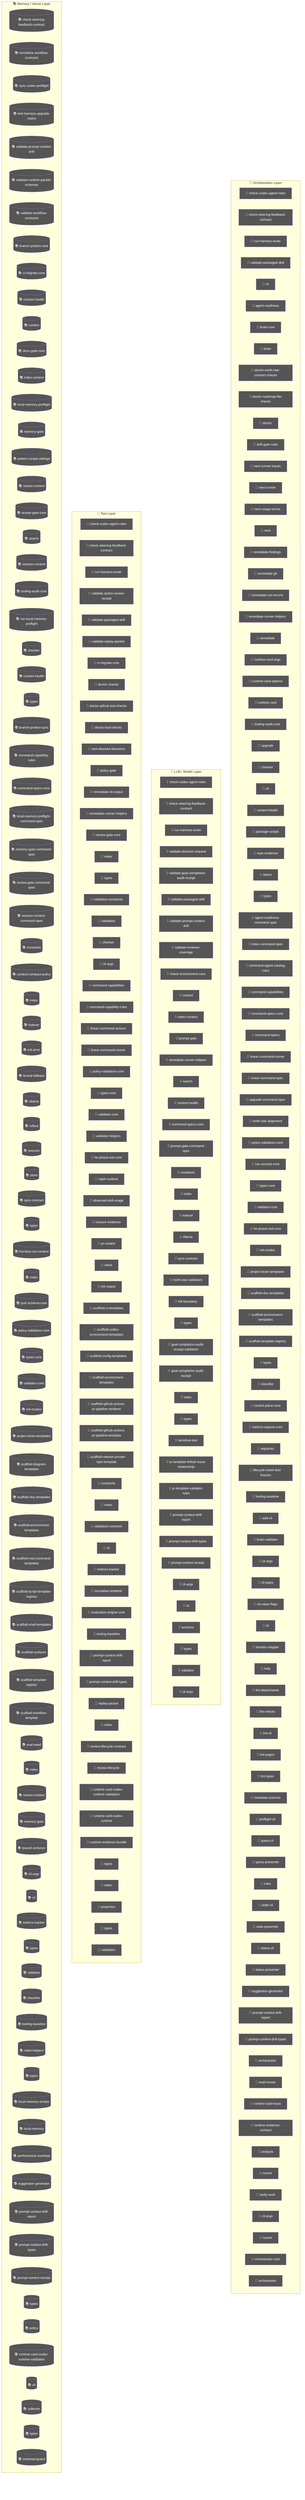
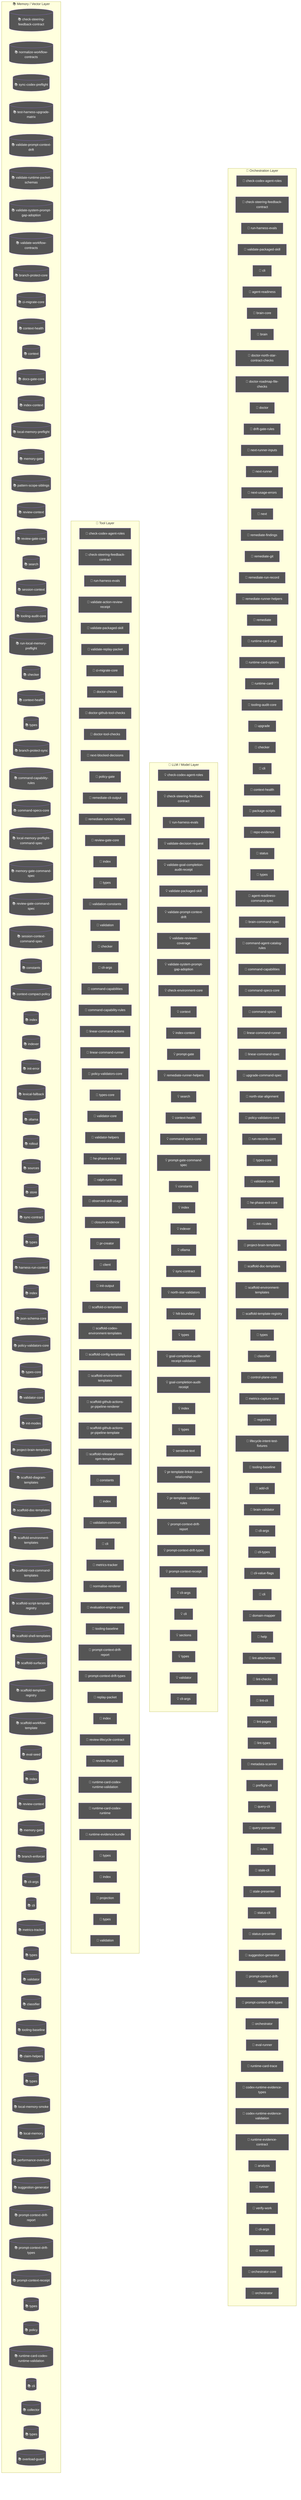
flowchart TD
  subgraph Orchestration["🎯 Orchestration Layer"]
    node_agent_mmd_orchestration_layer_orchestration_chec_7a9f0b64["🤖 check-codex-agent-roles"]
    node_agent_mmd_orchestration_layer_orchestration_chec_7fd47f5c["🤖 check-steering-feedback-contract"]
    node_agent_mmd_orchestration_layer_orchestration_run__18817957["🤖 run-harness-evals"]
    node_agent_mmd_orchestration_layer_orchestration_vali_c01b04be["🤖 validate-packaged-skill"]
    cli_99bb8840["🤖 cli"]
    agent_readiness_c82c68e6["🤖 agent-readiness"]
    brain_core_aa07c380["🤖 brain-core"]
    brain_bbbf7a64["🤖 brain"]
    doctor_north_star_contract_checks_0048124c["🤖 doctor-north-star-contract-checks"]
    doctor_roadmap_file_checks_14447b8e["🤖 doctor-roadmap-file-checks"]
    doctor_72f4be89["🤖 doctor"]
    drift_gate_rules_9685e72d["🤖 drift-gate-rules"]
    next_runner_inputs_754dba64["🤖 next-runner-inputs"]
    next_runner_41643472["🤖 next-runner"]
    next_usage_errors_837a345a["🤖 next-usage-errors"]
    next_c6c1c9a9["🤖 next"]
    remediate_findings_8b09c8c6["🤖 remediate-findings"]
    remediate_git_58c6f6f4["🤖 remediate-git"]
    remediate_run_record_9dfe5dc1["🤖 remediate-run-record"]
    node_agent_mmd_orchestration_layer_orchestration_reme_359fe98f["🤖 remediate-runner-helpers"]
    remediate_06b9c7fc["🤖 remediate"]
    runtime_card_args_2b3d4b28["🤖 runtime-card-args"]
    runtime_card_options_c9156ad5["🤖 runtime-card-options"]
    runtime_card_e06b53e1["🤖 runtime-card"]
    node_agent_mmd_orchestration_layer_orchestration_tool_acfe0c01["🤖 tooling-audit-core"]
    upgrade_7fef9479["🤖 upgrade"]
    node_agent_mmd_orchestration_layer_orchestration_chec_0550c395["🤖 checker"]
    cli_1_084e05fe["🤖 cli"]
    node_agent_mmd_orchestration_layer_orchestration_cont_61b3b9c9["🤖 context-health"]
    package_scripts_3ee6150f["🤖 package-scripts"]
    repo_evidence_38bb1de5["🤖 repo-evidence"]
    status_073c1634["🤖 status"]
    node_agent_mmd_orchestration_layer_orchestration_type_4f906dcc["🤖 types"]
    agent_readiness_command_spec_a30c2c1e["🤖 agent-readiness-command-spec"]
    brain_command_spec_15b122d5["🤖 brain-command-spec"]
    command_agent_catalog_rules_8e06b2af["🤖 command-agent-catalog-rules"]
    node_agent_mmd_orchestration_layer_orchestration_comm_6e41a7f7["🤖 command-capabilities"]
    node_agent_mmd_orchestration_layer_orchestration_comm_1f8cc24c["🤖 command-specs-core"]
    command_specs_69167c63["🤖 command-specs"]
    node_agent_mmd_orchestration_layer_orchestration_line_b67affd5["🤖 linear-command-runner"]
    linear_command_spec_1e12dd44["🤖 linear-command-spec"]
    upgrade_command_spec_03f6c7bd["🤖 upgrade-command-spec"]
    north_star_alignment_00440188["🤖 north-star-alignment"]
    node_agent_mmd_orchestration_layer_orchestration_poli_3270b55d["🤖 policy-validators-core"]
    run_records_core_89286dfa["🤖 run-records-core"]
    node_agent_mmd_orchestration_layer_orchestration_type_7cf81261["🤖 types-core"]
    node_agent_mmd_orchestration_layer_orchestration_vali_d9fe99e6["🤖 validator-core"]
    node_agent_mmd_orchestration_layer_orchestration_he_p_fc778c24["🤖 he-phase-exit-core"]
    node_agent_mmd_orchestration_layer_orchestration_init_2a9c3ecb["🤖 init-modes"]
    node_agent_mmd_orchestration_layer_orchestration_proj_6ab6f60f["🤖 project-brain-templates"]
    node_agent_mmd_orchestration_layer_orchestration_scaf_12cc07db["🤖 scaffold-doc-templates"]
    node_agent_mmd_orchestration_layer_orchestration_scaf_c9a90c2f["🤖 scaffold-environment-templates"]
    node_agent_mmd_orchestration_layer_orchestration_scaf_ff8f92f6["🤖 scaffold-template-registry"]
    types_16_0fae1112["🤖 types"]
    node_agent_mmd_orchestration_layer_orchestration_clas_899b821a["🤖 classifier"]
    control_plane_core_db3b4cb2["🤖 control-plane-core"]
    metrics_capture_core_db4bf7cf["🤖 metrics-capture-core"]
    registries_06402afa["🤖 registries"]
    lifecycle_intent_test_fixtures_a53c7ada["🤖 lifecycle-intent-test-fixtures"]
    node_agent_mmd_orchestration_layer_orchestration_tool_cc43149f["🤖 tooling-baseline"]
    add_cli_7614de25["🤖 add-cli"]
    brain_validator_be251832["🤖 brain-validator"]
    cli_args_8_d546936e["🤖 cli-args"]
    cli_types_1686e858["🤖 cli-types"]
    cli_value_flags_732a8e43["🤖 cli-value-flags"]
    cli_9_b54c1407["🤖 cli"]
    domain_mapper_cd9333d2["🤖 domain-mapper"]
    help_106a5842["🤖 help"]
    lint_attachments_873c0632["🤖 lint-attachments"]
    lint_checks_83522b19["🤖 lint-checks"]
    lint_cli_9ec62ec0["🤖 lint-cli"]
    lint_pages_e33301d0["🤖 lint-pages"]
    lint_types_2862c255["🤖 lint-types"]
    metadata_scanner_6a101b66["🤖 metadata-scanner"]
    preflight_cli_5d148379["🤖 preflight-cli"]
    query_cli_b95be64d["🤖 query-cli"]
    query_presenter_02e6077c["🤖 query-presenter"]
    rules_6c621d1a["🤖 rules"]
    stale_cli_64548720["🤖 stale-cli"]
    stale_presenter_1de4e3a2["🤖 stale-presenter"]
    status_cli_4c24a0d6["🤖 status-cli"]
    status_presenter_8de686c1["🤖 status-presenter"]
    node_agent_mmd_orchestration_layer_orchestration_sugg_85c5ebe3["🤖 suggestion-generator"]
    node_agent_mmd_orchestration_layer_orchestration_prom_d17b4de2["🤖 prompt-context-drift-report"]
    node_agent_mmd_orchestration_layer_orchestration_prom_77088997["🤖 prompt-context-drift-types"]
    orchestrator_11376b7e["🤖 orchestrator"]
    eval_runner_0966a6b3["🤖 eval-runner"]
    runtime_card_trace_64a5ca95["🤖 runtime-card-trace"]
+     codex_runtime_evidence_types_f55808dd["🤖 codex-runtime-evidence-types"]
+     codex_runtime_evidence_validation_d060a92d["🤖 codex-runtime-evidence-validation"]
    runtime_evidence_contract_0f7b15b2["🤖 runtime-evidence-contract"]
    analysis_f44e85c4["🤖 analysis"]
    runner_527aa9f4["🤖 runner"]
    verify_work_1_cd8e7ec3["🤖 verify-work"]
    cli_args_14_3481043e["🤖 cli-args"]
    runner_1_6f281bf8["🤖 runner"]
    orchestrator_core_d0678b53["🤖 orchestrator-core"]
    orchestrator_1_6b7137c5["🤖 orchestrator"]
  end
  subgraph LLMLayer["🧠 LLM / Model Layer"]
    node_agent_mmd_llm_model_layer_llmlayer_check_codex_a_29e7b7fa["💡 check-codex-agent-roles"]
    node_agent_mmd_llm_model_layer_llmlayer_check_steerin_0e1bf90d["💡 check-steering-feedback-contract"]
    node_agent_mmd_llm_model_layer_llmlayer_run_harness_e_603fcfdc["💡 run-harness-evals"]
    validate_decision_request_2e5c325e["💡 validate-decision-request"]
    validate_goal_completion_audit_receipt_100d252c["💡 validate-goal-completion-audit-receipt"]
    node_agent_mmd_llm_model_layer_llmlayer_validate_pack_2a12e1f4["💡 validate-packaged-skill"]
    node_agent_mmd_llm_model_layer_llmlayer_validate_prom_9880f764["💡 validate-prompt-context-drift"]
    validate_reviewer_coverage_251efee3["💡 validate-reviewer-coverage"]
+     node_agent_mmd_llm_model_layer_llmlayer_validate_syst_5636156e["💡 validate-system-prompt-gap-adoption"]
    check_environment_core_2c16213f["💡 check-environment-core"]
    node_agent_mmd_llm_model_layer_llmlayer_context_conte_ad2dfbd9["💡 context"]
    node_agent_mmd_llm_model_layer_llmlayer_index_context_1041bd11["💡 index-context"]
    prompt_gate_c5e9d207["💡 prompt-gate"]
    node_agent_mmd_llm_model_layer_llmlayer_remediate_run_9e3d4585["💡 remediate-runner-helpers"]
    node_agent_mmd_llm_model_layer_llmlayer_search_search_66b9a911["💡 search"]
    node_agent_mmd_llm_model_layer_llmlayer_context_healt_cfc0bfa8["💡 context-health"]
    node_agent_mmd_llm_model_layer_llmlayer_command_specs_782af9fa["💡 command-specs-core"]
    prompt_gate_command_spec_9a941482["💡 prompt-gate-command-spec"]
    node_agent_mmd_llm_model_layer_llmlayer_constants_con_c9bd3f6c["💡 constants"]
    node_agent_mmd_llm_model_layer_llmlayer_index_index_1_02e160ff["💡 index"]
    node_agent_mmd_llm_model_layer_llmlayer_indexer_index_4f4deef5["💡 indexer"]
    node_agent_mmd_llm_model_layer_llmlayer_ollama_ollama_968b23fa["💡 ollama"]
    node_agent_mmd_llm_model_layer_llmlayer_sync_contract_9f3cc8c1["💡 sync-contract"]
    north_star_validators_cfc926ce["💡 north-star-validators"]
    hilt_boundary_9b36fb15["💡 hilt-boundary"]
    types_10_75e5a4a0["💡 types"]
    goal_completion_audit_receipt_validation_9d0f4891["💡 goal-completion-audit-receipt-validation"]
    goal_completion_audit_receipt_5e4939c3["💡 goal-completion-audit-receipt"]
    index_5_522f772a["💡 index"]
    node_agent_mmd_llm_model_layer_llmlayer_constants_con_c9bd3f6c["💡 constants"]
    types_17_ed30531c["💡 types"]
    sensitive_text_7c11f760["💡 sensitive-text"]
    pr_template_linked_issue_relationship_a7b61f2c["💡 pr-template-linked-issue-relationship"]
    pr_template_validator_rules_20a32d6b["💡 pr-template-validator-rules"]
    node_agent_mmd_llm_model_layer_llmlayer_index_index_1_02e160ff["💡 index"]
    node_agent_mmd_llm_model_layer_llmlayer_prompt_contex_81f9066a["💡 prompt-context-drift-report"]
    node_agent_mmd_llm_model_layer_llmlayer_prompt_contex_e5066b88["💡 prompt-context-drift-types"]
    node_agent_mmd_llm_model_layer_llmlayer_index_index_1_02e160ff["💡 index"]
    node_agent_mmd_llm_model_layer_llmlayer_prompt_contex_6426acc2["💡 prompt-context-receipt"]
    cli_args_9_9c136878["💡 cli-args"]
    cli_10_35dc8cbd["💡 cli"]
    sections_4697ef32["💡 sections"]
    types_27_4d134744["💡 types"]
    validator_7_f836eb0e["💡 validator"]
    cli_args_10_861cdd3f["💡 cli-args"]
  end
  subgraph ToolLayer["🔧 Tool Layer"]
    node_agent_mmd_tool_layer_toollayer_check_codex_agent_4b361d5a["🔧 check-codex-agent-roles"]
    node_agent_mmd_tool_layer_toollayer_check_steering_fe_eafecf3a["🔧 check-steering-feedback-contract"]
    node_agent_mmd_tool_layer_toollayer_run_harness_evals_e2ee24f1["🔧 run-harness-evals"]
    validate_action_review_receipt_fa2f06c3["🔧 validate-action-review-receipt"]
    node_agent_mmd_tool_layer_toollayer_validate_packaged_2855c827["🔧 validate-packaged-skill"]
    validate_replay_packet_f309747e["🔧 validate-replay-packet"]
    node_agent_mmd_tool_layer_toollayer_ci_migrate_core_c_049f8460["🔧 ci-migrate-core"]
    doctor_checks_5a2eb2b9["🔧 doctor-checks"]
    doctor_github_tool_checks_a53b0382["🔧 doctor-github-tool-checks"]
    doctor_tool_checks_4acac51a["🔧 doctor-tool-checks"]
    next_blocked_decisions_4140ad2b["🔧 next-blocked-decisions"]
    policy_gate_213f7313["🔧 policy-gate"]
    remediate_cli_output_cc165396["🔧 remediate-cli-output"]
    node_agent_mmd_tool_layer_toollayer_remediate_runner__c003b871["🔧 remediate-runner-helpers"]
    node_agent_mmd_tool_layer_toollayer_review_gate_core__7704598b["🔧 review-gate-core"]
    index_1bc04b52["🔧 index"]
    types_1_4ecdf56e["🔧 types"]
    validation_constants_e002a0f6["🔧 validation-constants"]
    validation_98c41dcd["🔧 validation"]
    node_agent_mmd_tool_layer_toollayer_checker_checker_2_453d593b["🔧 checker"]
    cli_args_1_6144b055["🔧 cli-args"]
    node_agent_mmd_tool_layer_toollayer_command_capabilit_7fe13db1["🔧 command-capabilities"]
    node_agent_mmd_tool_layer_toollayer_command_capabilit_e97a4615["🔧 command-capability-rules"]
    linear_command_actions_e430f4f4["🔧 linear-command-actions"]
    node_agent_mmd_tool_layer_toollayer_linear_command_ru_d6763748["🔧 linear-command-runner"]
    node_agent_mmd_tool_layer_toollayer_policy_validators_af136abf["🔧 policy-validators-core"]
    node_agent_mmd_tool_layer_toollayer_types_core_types__6c8319b6["🔧 types-core"]
    node_agent_mmd_tool_layer_toollayer_validator_core_va_6ef6131f["🔧 validator-core"]
    validator_helpers_7b927667["🔧 validator-helpers"]
    node_agent_mmd_tool_layer_toollayer_he_phase_exit_cor_af016160["🔧 he-phase-exit-core"]
    ralph_runtime_73d63c0e["🔧 ralph-runtime"]
    observed_skill_usage_ed7d5930["🔧 observed-skill-usage"]
    closure_evidence_aaa31467["🔧 closure-evidence"]
    pr_creator_dc6b1ea4["🔧 pr-creator"]
    client_948fe603["🔧 client"]
    init_output_360dce91["🔧 init-output"]
    scaffold_ci_templates_2afd6392["🔧 scaffold-ci-templates"]
    scaffold_codex_environment_templates_334fbbed["🔧 scaffold-codex-environment-templates"]
    scaffold_config_templates_4b80ce53["🔧 scaffold-config-templates"]
    node_agent_mmd_tool_layer_toollayer_scaffold_environm_c1afc013["🔧 scaffold-environment-templates"]
    scaffold_github_actions_pr_pipeline_renderer_1ee18de5["🔧 scaffold-github-actions-pr-pipeline-renderer"]
    scaffold_github_actions_pr_pipeline_template_e2b85f62["🔧 scaffold-github-actions-pr-pipeline-template"]
    scaffold_release_private_npm_template_075499f8["🔧 scaffold-release-private-npm-template"]
    node_agent_mmd_tool_layer_toollayer_constants_constan_9d71b829["🔧 constants"]
    index_9_32dd4d91["🔧 index"]
    validation_common_6161e48b["🔧 validation-common"]
    node_agent_mmd_tool_layer_toollayer_cli_cli_2_1_32d9eeaf["🔧 cli"]
    node_agent_mmd_tool_layer_toollayer_metrics_tracker_m_4c9237d8["🔧 metrics-tracker"]
    normalise_renderer_85f2e563["🔧 normalise-renderer"]
    evaluation_engine_core_e054fe49["🔧 evaluation-engine-core"]
    node_agent_mmd_tool_layer_toollayer_tooling_baseline__61e66e9f["🔧 tooling-baseline"]
    node_agent_mmd_tool_layer_toollayer_prompt_context_dr_a2772f2b["🔧 prompt-context-drift-report"]
    node_agent_mmd_tool_layer_toollayer_prompt_context_dr_bd82da46["🔧 prompt-context-drift-types"]
    replay_packet_a1293f88["🔧 replay-packet"]
    index_14_d982116c["🔧 index"]
    review_lifecycle_contract_e5447221["🔧 review-lifecycle-contract"]
    review_lifecycle_89afa64c["🔧 review-lifecycle"]
    node_agent_mmd_tool_layer_toollayer_runtime_card_code_3636ceac["🔧 runtime-card-codex-runtime-validation"]
    runtime_card_codex_runtime_0655e230["🔧 runtime-card-codex-runtime"]
    runtime_evidence_bundle_d471a232["🔧 runtime-evidence-bundle"]
    types_36_674380ec["🔧 types"]
    index_17_642943a2["🔧 index"]
    projection_1b250ea1["🔧 projection"]
    types_38_e8efcd57["🔧 types"]
    validation_7_c4e6d8b6["🔧 validation"]
  end
  subgraph MemoryLayer["📚 Memory / Vector Layer"]
    node_agent_mmd_memory_vector_layer_memorylayer_check__64c86928[("📚 check-steering-feedback-contract")]
    normalize_workflow_contracts_8701f1c8[("📚 normalize-workflow-contracts")]
    sync_codex_preflight_7e7a8dc2[("📚 sync-codex-preflight")]
    test_harness_upgrade_matrix_84113c4e[("📚 test-harness-upgrade-matrix")]
    node_agent_mmd_memory_vector_layer_memorylayer_valida_c52c4db8[("📚 validate-prompt-context-drift")]
    validate_runtime_packet_schemas_bc3ba8ec[("📚 validate-runtime-packet-schemas")]
+     node_agent_mmd_memory_vector_layer_memorylayer_valida_db599a97[("📚 validate-system-prompt-gap-adoption")]
    validate_workflow_contracts_33dc063c[("📚 validate-workflow-contracts")]
    branch_protect_core_a8feb0fd[("📚 branch-protect-core")]
    node_agent_mmd_memory_vector_layer_memorylayer_ci_mig_0cd5b1a4[("📚 ci-migrate-core")]
    context_health_80bb7da9[("📚 context-health")]
    node_agent_mmd_memory_vector_layer_memorylayer_contex_78ceaaa9[("📚 context")]
    docs_gate_core_eb9b6c18[("📚 docs-gate-core")]
    node_agent_mmd_memory_vector_layer_memorylayer_index__6f3402d0[("📚 index-context")]
    local_memory_preflight_dcc36c42[("📚 local-memory-preflight")]
    memory_gate_a577a506[("📚 memory-gate")]
    pattern_scope_siblings_43abe000[("📚 pattern-scope-siblings")]
    review_context_ca6cf81d[("📚 review-context")]
    node_agent_mmd_memory_vector_layer_memorylayer_review_5bee9816[("📚 review-gate-core")]
    node_agent_mmd_memory_vector_layer_memorylayer_search_ac35cb7e[("📚 search")]
    session_context_e5ec72c0[("📚 session-context")]
    node_agent_mmd_memory_vector_layer_memorylayer_toolin_a1185b8f[("📚 tooling-audit-core")]
    run_local_memory_preflight_36e92808[("📚 run-local-memory-preflight")]
    node_agent_mmd_memory_vector_layer_memorylayer_checke_a583eb4f[("📚 checker")]
    node_agent_mmd_memory_vector_layer_memorylayer_contex_3204aa0e[("📚 context-health")]
    node_agent_mmd_memory_vector_layer_memorylayer_types__9ad640a0[("📚 types")]
    branch_protect_sync_570adb18[("📚 branch-protect-sync")]
    node_agent_mmd_memory_vector_layer_memorylayer_comman_c72a5d05[("📚 command-capability-rules")]
    node_agent_mmd_memory_vector_layer_memorylayer_comman_111eb454[("📚 command-specs-core")]
    local_memory_preflight_command_spec_9e23f3ce[("📚 local-memory-preflight-command-spec")]
    memory_gate_command_spec_dc9001a9[("📚 memory-gate-command-spec")]
    review_gate_command_spec_3187376a[("📚 review-gate-command-spec")]
    session_context_command_spec_973afbb1[("📚 session-context-command-spec")]
    node_agent_mmd_memory_vector_layer_memorylayer_consta_702d3f46[("📚 constants")]
    context_compact_policy_3dcaf95d[("📚 context-compact-policy")]
    node_agent_mmd_memory_vector_layer_memorylayer_index__752bc61e[("📚 index")]
    node_agent_mmd_memory_vector_layer_memorylayer_indexe_93e6d86f[("📚 indexer")]
    init_error_5c7dd49f[("📚 init-error")]
    lexical_fallback_723e2b3e[("📚 lexical-fallback")]
    node_agent_mmd_memory_vector_layer_memorylayer_ollama_6d51be16[("📚 ollama")]
    rollout_a4fa034c[("📚 rollout")]
    sources_878a52fc[("📚 sources")]
    store_824d80d7[("📚 store")]
    node_agent_mmd_memory_vector_layer_memorylayer_sync_c_e43418bc[("📚 sync-contract")]
    types_8_f6283648[("📚 types")]
    harness_run_context_ac7c77a9[("📚 harness-run-context")]
    index_4_013aa0e3[("📚 index")]
    json_schema_core_96d7e328[("📚 json-schema-core")]
    node_agent_mmd_memory_vector_layer_memorylayer_policy_1944de42[("📚 policy-validators-core")]
    node_agent_mmd_memory_vector_layer_memorylayer_types__83f369fa[("📚 types-core")]
    node_agent_mmd_memory_vector_layer_memorylayer_valida_41034356[("📚 validator-core")]
    node_agent_mmd_memory_vector_layer_memorylayer_init_m_333d02c5[("📚 init-modes")]
    node_agent_mmd_memory_vector_layer_memorylayer_projec_3ae304d9[("📚 project-brain-templates")]
    scaffold_diagram_templates_dd88e83c[("📚 scaffold-diagram-templates")]
    node_agent_mmd_memory_vector_layer_memorylayer_scaffo_5fd73b94[("📚 scaffold-doc-templates")]
    node_agent_mmd_memory_vector_layer_memorylayer_scaffo_12b42341[("📚 scaffold-environment-templates")]
    scaffold_root_command_templates_404fed7f[("📚 scaffold-root-command-templates")]
    scaffold_script_template_registry_69312d4e[("📚 scaffold-script-template-registry")]
    scaffold_shell_templates_0ad0f915[("📚 scaffold-shell-templates")]
    scaffold_surfaces_12d6494e[("📚 scaffold-surfaces")]
    node_agent_mmd_memory_vector_layer_memorylayer_scaffo_a86eece1[("📚 scaffold-template-registry")]
    scaffold_workflow_template_92310587[("📚 scaffold-workflow-template")]
    eval_seed_5699fd3e[("📚 eval-seed")]
    index_10_f6785a46[("📚 index")]
    review_context_1_e3afed15[("📚 review-context")]
    memory_gate_1_265164ac[("📚 memory-gate")]
    branch_enforcer_acb749cd[("📚 branch-enforcer")]
    cli_args_5_09ea29f0[("📚 cli-args")]
    node_agent_mmd_memory_vector_layer_memorylayer_cli_cl_1f1f89ab[("📚 cli")]
    node_agent_mmd_memory_vector_layer_memorylayer_metric_12562178[("📚 metrics-tracker")]
    types_19_eb4ad5f0[("📚 types")]
    validator_5_b19ac2be[("📚 validator")]
    node_agent_mmd_memory_vector_layer_memorylayer_classi_1ebbf5ff[("📚 classifier")]
    node_agent_mmd_memory_vector_layer_memorylayer_toolin_14f86b00[("📚 tooling-baseline")]
    claim_helpers_20dc8387[("📚 claim-helpers")]
    types_24_c63dc1a7[("📚 types")]
    local_memory_smoke_1175abfc[("📚 local-memory-smoke")]
    local_memory_0db17ecc[("📚 local-memory")]
    performance_overload_c685bfcf[("📚 performance-overload")]
    node_agent_mmd_memory_vector_layer_memorylayer_sugges_267f408d[("📚 suggestion-generator")]
    node_agent_mmd_memory_vector_layer_memorylayer_index__752bc61e[("📚 index")]
    node_agent_mmd_memory_vector_layer_memorylayer_prompt_ae34fc43[("📚 prompt-context-drift-report")]
    node_agent_mmd_memory_vector_layer_memorylayer_prompt_efd77624[("📚 prompt-context-drift-types")]
    node_agent_mmd_memory_vector_layer_memorylayer_index__752bc61e[("📚 index")]
    node_agent_mmd_memory_vector_layer_memorylayer_prompt_55c0d605[("📚 prompt-context-receipt")]
    types_31_eb363e20[("📚 types")]
    policy_1_fc4198db[("📚 policy")]
    node_agent_mmd_memory_vector_layer_memorylayer_runtim_a5d23e7f[("📚 runtime-card-codex-runtime-validation")]
    cli_11_338a8415[("📚 cli")]
    collector_0736fd5b[("📚 collector")]
    types_34_85e6a0bb[("📚 types")]
    overload_guard_2748c559[("📚 overload-guard")]
  end
  classDef agentNode fill:#555,color:#fff
-   class node_agent_mmd_orchestration_layer_orchestration_chec_7a9f0b64,node_agent_mmd_llm_model_layer_llmlayer_check_codex_a_29e7b7fa,node_agent_mmd_tool_layer_toollayer_check_codex_agent_4b361d5a,node_agent_mmd_orchestration_layer_orchestration_chec_7fd47f5c,node_agent_mmd_llm_model_layer_llmlayer_check_steerin_0e1bf90d,node_agent_mmd_tool_layer_toollayer_check_steering_fe_eafecf3a,node_agent_mmd_memory_vector_layer_memorylayer_check__64c86928,node_agent_mmd_orchestration_layer_orchestration_run__18817957,node_agent_mmd_llm_model_layer_llmlayer_run_harness_e_603fcfdc,node_agent_mmd_tool_layer_toollayer_run_harness_evals_e2ee24f1,node_agent_mmd_orchestration_layer_orchestration_vali_c01b04be,node_agent_mmd_llm_model_layer_llmlayer_validate_pack_2a12e1f4,node_agent_mmd_tool_layer_toollayer_validate_packaged_2855c827,cli_99bb8840,agent_readiness_c82c68e6,brain_core_aa07c380,brain_bbbf7a64,doctor_north_star_contract_checks_0048124c,doctor_roadmap_file_checks_14447b8e,doctor_72f4be89,drift_gate_rules_9685e72d,next_runner_inputs_754dba64,next_runner_41643472,next_usage_errors_837a345a,next_c6c1c9a9,remediate_findings_8b09c8c6,remediate_git_58c6f6f4,remediate_run_record_9dfe5dc1,node_agent_mmd_orchestration_layer_orchestration_reme_359fe98f,node_agent_mmd_llm_model_layer_llmlayer_remediate_run_9e3d4585,node_agent_mmd_tool_layer_toollayer_remediate_runner__c003b871,remediate_06b9c7fc,runtime_card_args_2b3d4b28,runtime_card_options_c9156ad5,runtime_card_e06b53e1,node_agent_mmd_orchestration_layer_orchestration_tool_acfe0c01,node_agent_mmd_memory_vector_layer_memorylayer_toolin_a1185b8f,upgrade_7fef9479,node_agent_mmd_orchestration_layer_orchestration_chec_0550c395,node_agent_mmd_tool_layer_toollayer_checker_checker_2_453d593b,node_agent_mmd_memory_vector_layer_memorylayer_checke_a583eb4f,cli_1_084e05fe,node_agent_mmd_orchestration_layer_orchestration_cont_61b3b9c9,node_agent_mmd_llm_model_layer_llmlayer_context_healt_cfc0bfa8,node_agent_mmd_memory_vector_layer_memorylayer_contex_3204aa0e,package_scripts_3ee6150f,repo_evidence_38bb1de5,status_073c1634,node_agent_mmd_orchestration_layer_orchestration_type_4f906dcc,node_agent_mmd_memory_vector_layer_memorylayer_types__9ad640a0,agent_readiness_command_spec_a30c2c1e,brain_command_spec_15b122d5,command_agent_catalog_rules_8e06b2af,node_agent_mmd_orchestration_layer_orchestration_comm_6e41a7f7,node_agent_mmd_tool_layer_toollayer_command_capabilit_7fe13db1,node_agent_mmd_orchestration_layer_orchestration_comm_1f8cc24c,node_agent_mmd_llm_model_layer_llmlayer_command_specs_782af9fa,node_agent_mmd_memory_vector_layer_memorylayer_comman_111eb454,command_specs_69167c63,node_agent_mmd_orchestration_layer_orchestration_line_b67affd5,node_agent_mmd_tool_layer_toollayer_linear_command_ru_d6763748,linear_command_spec_1e12dd44,upgrade_command_spec_03f6c7bd,north_star_alignment_00440188,node_agent_mmd_orchestration_layer_orchestration_poli_3270b55d,node_agent_mmd_tool_layer_toollayer_policy_validators_af136abf,node_agent_mmd_memory_vector_layer_memorylayer_policy_1944de42,run_records_core_89286dfa,node_agent_mmd_orchestration_layer_orchestration_type_7cf81261,node_agent_mmd_tool_layer_toollayer_types_core_types__6c8319b6,node_agent_mmd_memory_vector_layer_memorylayer_types__83f369fa,node_agent_mmd_orchestration_layer_orchestration_vali_d9fe99e6,node_agent_mmd_tool_layer_toollayer_validator_core_va_6ef6131f,node_agent_mmd_memory_vector_layer_memorylayer_valida_41034356,node_agent_mmd_orchestration_layer_orchestration_he_p_fc778c24,node_agent_mmd_tool_layer_toollayer_he_phase_exit_cor_af016160,node_agent_mmd_orchestration_layer_orchestration_init_2a9c3ecb,node_agent_mmd_memory_vector_layer_memorylayer_init_m_333d02c5,node_agent_mmd_orchestration_layer_orchestration_proj_6ab6f60f,node_agent_mmd_memory_vector_layer_memorylayer_projec_3ae304d9,node_agent_mmd_orchestration_layer_orchestration_scaf_12cc07db,node_agent_mmd_memory_vector_layer_memorylayer_scaffo_5fd73b94,node_agent_mmd_orchestration_layer_orchestration_scaf_c9a90c2f,node_agent_mmd_tool_layer_toollayer_scaffold_environm_c1afc013,node_agent_mmd_memory_vector_layer_memorylayer_scaffo_12b42341,node_agent_mmd_orchestration_layer_orchestration_scaf_ff8f92f6,node_agent_mmd_memory_vector_layer_memorylayer_scaffo_a86eece1,types_16_0fae1112,node_agent_mmd_orchestration_layer_orchestration_clas_899b821a,node_agent_mmd_memory_vector_layer_memorylayer_classi_1ebbf5ff,control_plane_core_db3b4cb2,metrics_capture_core_db4bf7cf,registries_06402afa,lifecycle_intent_test_fixtures_a53c7ada,node_agent_mmd_orchestration_layer_orchestration_tool_cc43149f,node_agent_mmd_tool_layer_toollayer_tooling_baseline__61e66e9f,node_agent_mmd_memory_vector_layer_memorylayer_toolin_14f86b00,add_cli_7614de25,brain_validator_be251832,cli_args_8_d546936e,cli_types_1686e858,cli_value_flags_732a8e43,cli_9_b54c1407,domain_mapper_cd9333d2,help_106a5842,lint_attachments_873c0632,lint_checks_83522b19,lint_cli_9ec62ec0,lint_pages_e33301d0,lint_types_2862c255,metadata_scanner_6a101b66,preflight_cli_5d148379,query_cli_b95be64d,query_presenter_02e6077c,rules_6c621d1a,stale_cli_64548720,stale_presenter_1de4e3a2,status_cli_4c24a0d6,status_presenter_8de686c1,node_agent_mmd_orchestration_layer_orchestration_sugg_85c5ebe3,node_agent_mmd_memory_vector_layer_memorylayer_sugges_267f408d,node_agent_mmd_orchestration_layer_orchestration_prom_d17b4de2,node_agent_mmd_llm_model_layer_llmlayer_prompt_contex_81f9066a,node_agent_mmd_tool_layer_toollayer_prompt_context_dr_a2772f2b,node_agent_mmd_memory_vector_layer_memorylayer_prompt_ae34fc43,node_agent_mmd_orchestration_layer_orchestration_prom_77088997,node_agent_mmd_llm_model_layer_llmlayer_prompt_contex_e5066b88,node_agent_mmd_tool_layer_toollayer_prompt_context_dr_bd82da46,node_agent_mmd_memory_vector_layer_memorylayer_prompt_efd77624,orchestrator_11376b7e,eval_runner_0966a6b3,runtime_card_trace_64a5ca95,runtime_evidence_contract_0f7b15b2,analysis_f44e85c4,runner_527aa9f4,verify_work_1_cd8e7ec3,cli_args_14_3481043e,runner_1_6f281bf8,orchestrator_core_d0678b53,orchestrator_1_6b7137c5 agentNode
+   class node_agent_mmd_orchestration_layer_orchestration_chec_7a9f0b64,node_agent_mmd_llm_model_layer_llmlayer_check_codex_a_29e7b7fa,node_agent_mmd_tool_layer_toollayer_check_codex_agent_4b361d5a,node_agent_mmd_orchestration_layer_orchestration_chec_7fd47f5c,node_agent_mmd_llm_model_layer_llmlayer_check_steerin_0e1bf90d,node_agent_mmd_tool_layer_toollayer_check_steering_fe_eafecf3a,node_agent_mmd_memory_vector_layer_memorylayer_check__64c86928,node_agent_mmd_orchestration_layer_orchestration_run__18817957,node_agent_mmd_llm_model_layer_llmlayer_run_harness_e_603fcfdc,node_agent_mmd_tool_layer_toollayer_run_harness_evals_e2ee24f1,node_agent_mmd_orchestration_layer_orchestration_vali_c01b04be,node_agent_mmd_llm_model_layer_llmlayer_validate_pack_2a12e1f4,node_agent_mmd_tool_layer_toollayer_validate_packaged_2855c827,cli_99bb8840,agent_readiness_c82c68e6,brain_core_aa07c380,brain_bbbf7a64,doctor_north_star_contract_checks_0048124c,doctor_roadmap_file_checks_14447b8e,doctor_72f4be89,drift_gate_rules_9685e72d,next_runner_inputs_754dba64,next_runner_41643472,next_usage_errors_837a345a,next_c6c1c9a9,remediate_findings_8b09c8c6,remediate_git_58c6f6f4,remediate_run_record_9dfe5dc1,node_agent_mmd_orchestration_layer_orchestration_reme_359fe98f,node_agent_mmd_llm_model_layer_llmlayer_remediate_run_9e3d4585,node_agent_mmd_tool_layer_toollayer_remediate_runner__c003b871,remediate_06b9c7fc,runtime_card_args_2b3d4b28,runtime_card_options_c9156ad5,runtime_card_e06b53e1,node_agent_mmd_orchestration_layer_orchestration_tool_acfe0c01,node_agent_mmd_memory_vector_layer_memorylayer_toolin_a1185b8f,upgrade_7fef9479,node_agent_mmd_orchestration_layer_orchestration_chec_0550c395,node_agent_mmd_tool_layer_toollayer_checker_checker_2_453d593b,node_agent_mmd_memory_vector_layer_memorylayer_checke_a583eb4f,cli_1_084e05fe,node_agent_mmd_orchestration_layer_orchestration_cont_61b3b9c9,node_agent_mmd_llm_model_layer_llmlayer_context_healt_cfc0bfa8,node_agent_mmd_memory_vector_layer_memorylayer_contex_3204aa0e,package_scripts_3ee6150f,repo_evidence_38bb1de5,status_073c1634,node_agent_mmd_orchestration_layer_orchestration_type_4f906dcc,node_agent_mmd_memory_vector_layer_memorylayer_types__9ad640a0,agent_readiness_command_spec_a30c2c1e,brain_command_spec_15b122d5,command_agent_catalog_rules_8e06b2af,node_agent_mmd_orchestration_layer_orchestration_comm_6e41a7f7,node_agent_mmd_tool_layer_toollayer_command_capabilit_7fe13db1,node_agent_mmd_orchestration_layer_orchestration_comm_1f8cc24c,node_agent_mmd_llm_model_layer_llmlayer_command_specs_782af9fa,node_agent_mmd_memory_vector_layer_memorylayer_comman_111eb454,command_specs_69167c63,node_agent_mmd_orchestration_layer_orchestration_line_b67affd5,node_agent_mmd_tool_layer_toollayer_linear_command_ru_d6763748,linear_command_spec_1e12dd44,upgrade_command_spec_03f6c7bd,north_star_alignment_00440188,node_agent_mmd_orchestration_layer_orchestration_poli_3270b55d,node_agent_mmd_tool_layer_toollayer_policy_validators_af136abf,node_agent_mmd_memory_vector_layer_memorylayer_policy_1944de42,run_records_core_89286dfa,node_agent_mmd_orchestration_layer_orchestration_type_7cf81261,node_agent_mmd_tool_layer_toollayer_types_core_types__6c8319b6,node_agent_mmd_memory_vector_layer_memorylayer_types__83f369fa,node_agent_mmd_orchestration_layer_orchestration_vali_d9fe99e6,node_agent_mmd_tool_layer_toollayer_validator_core_va_6ef6131f,node_agent_mmd_memory_vector_layer_memorylayer_valida_41034356,node_agent_mmd_orchestration_layer_orchestration_he_p_fc778c24,node_agent_mmd_tool_layer_toollayer_he_phase_exit_cor_af016160,node_agent_mmd_orchestration_layer_orchestration_init_2a9c3ecb,node_agent_mmd_memory_vector_layer_memorylayer_init_m_333d02c5,node_agent_mmd_orchestration_layer_orchestration_proj_6ab6f60f,node_agent_mmd_memory_vector_layer_memorylayer_projec_3ae304d9,node_agent_mmd_orchestration_layer_orchestration_scaf_12cc07db,node_agent_mmd_memory_vector_layer_memorylayer_scaffo_5fd73b94,node_agent_mmd_orchestration_layer_orchestration_scaf_c9a90c2f,node_agent_mmd_tool_layer_toollayer_scaffold_environm_c1afc013,node_agent_mmd_memory_vector_layer_memorylayer_scaffo_12b42341,node_agent_mmd_orchestration_layer_orchestration_scaf_ff8f92f6,node_agent_mmd_memory_vector_layer_memorylayer_scaffo_a86eece1,types_16_0fae1112,node_agent_mmd_orchestration_layer_orchestration_clas_899b821a,node_agent_mmd_memory_vector_layer_memorylayer_classi_1ebbf5ff,control_plane_core_db3b4cb2,metrics_capture_core_db4bf7cf,registries_06402afa,lifecycle_intent_test_fixtures_a53c7ada,node_agent_mmd_orchestration_layer_orchestration_tool_cc43149f,node_agent_mmd_tool_layer_toollayer_tooling_baseline__61e66e9f,node_agent_mmd_memory_vector_layer_memorylayer_toolin_14f86b00,add_cli_7614de25,brain_validator_be251832,cli_args_8_d546936e,cli_types_1686e858,cli_value_flags_732a8e43,cli_9_b54c1407,domain_mapper_cd9333d2,help_106a5842,lint_attachments_873c0632,lint_checks_83522b19,lint_cli_9ec62ec0,lint_pages_e33301d0,lint_types_2862c255,metadata_scanner_6a101b66,preflight_cli_5d148379,query_cli_b95be64d,query_presenter_02e6077c,rules_6c621d1a,stale_cli_64548720,stale_presenter_1de4e3a2,status_cli_4c24a0d6,status_presenter_8de686c1,node_agent_mmd_orchestration_layer_orchestration_sugg_85c5ebe3,node_agent_mmd_memory_vector_layer_memorylayer_sugges_267f408d,node_agent_mmd_orchestration_layer_orchestration_prom_d17b4de2,node_agent_mmd_llm_model_layer_llmlayer_prompt_contex_81f9066a,node_agent_mmd_tool_layer_toollayer_prompt_context_dr_a2772f2b,node_agent_mmd_memory_vector_layer_memorylayer_prompt_ae34fc43,node_agent_mmd_orchestration_layer_orchestration_prom_77088997,node_agent_mmd_llm_model_layer_llmlayer_prompt_contex_e5066b88,node_agent_mmd_tool_layer_toollayer_prompt_context_dr_bd82da46,node_agent_mmd_memory_vector_layer_memorylayer_prompt_efd77624,orchestrator_11376b7e,eval_runner_0966a6b3,runtime_card_trace_64a5ca95,codex_runtime_evidence_types_f55808dd,codex_runtime_evidence_validation_d060a92d,runtime_evidence_contract_0f7b15b2,analysis_f44e85c4,runner_527aa9f4,verify_work_1_cd8e7ec3,cli_args_14_3481043e,runner_1_6f281bf8,orchestrator_core_d0678b53,orchestrator_1_6b7137c5 agentNode
  classDef llmNode fill:#555,color:#fff
-   class node_agent_mmd_orchestration_layer_orchestration_chec_7a9f0b64,node_agent_mmd_llm_model_layer_llmlayer_check_codex_a_29e7b7fa,node_agent_mmd_tool_layer_toollayer_check_codex_agent_4b361d5a,node_agent_mmd_orchestration_layer_orchestration_chec_7fd47f5c,node_agent_mmd_llm_model_layer_llmlayer_check_steerin_0e1bf90d,node_agent_mmd_tool_layer_toollayer_check_steering_fe_eafecf3a,node_agent_mmd_memory_vector_layer_memorylayer_check__64c86928,node_agent_mmd_orchestration_layer_orchestration_run__18817957,node_agent_mmd_llm_model_layer_llmlayer_run_harness_e_603fcfdc,node_agent_mmd_tool_layer_toollayer_run_harness_evals_e2ee24f1,validate_decision_request_2e5c325e,validate_goal_completion_audit_receipt_100d252c,node_agent_mmd_orchestration_layer_orchestration_vali_c01b04be,node_agent_mmd_llm_model_layer_llmlayer_validate_pack_2a12e1f4,node_agent_mmd_tool_layer_toollayer_validate_packaged_2855c827,node_agent_mmd_llm_model_layer_llmlayer_validate_prom_9880f764,node_agent_mmd_memory_vector_layer_memorylayer_valida_c52c4db8,validate_reviewer_coverage_251efee3,check_environment_core_2c16213f,node_agent_mmd_llm_model_layer_llmlayer_context_conte_ad2dfbd9,node_agent_mmd_memory_vector_layer_memorylayer_contex_78ceaaa9,node_agent_mmd_llm_model_layer_llmlayer_index_context_1041bd11,node_agent_mmd_memory_vector_layer_memorylayer_index__6f3402d0,prompt_gate_c5e9d207,node_agent_mmd_orchestration_layer_orchestration_reme_359fe98f,node_agent_mmd_llm_model_layer_llmlayer_remediate_run_9e3d4585,node_agent_mmd_tool_layer_toollayer_remediate_runner__c003b871,node_agent_mmd_llm_model_layer_llmlayer_search_search_66b9a911,node_agent_mmd_memory_vector_layer_memorylayer_search_ac35cb7e,node_agent_mmd_orchestration_layer_orchestration_cont_61b3b9c9,node_agent_mmd_llm_model_layer_llmlayer_context_healt_cfc0bfa8,node_agent_mmd_memory_vector_layer_memorylayer_contex_3204aa0e,node_agent_mmd_orchestration_layer_orchestration_comm_1f8cc24c,node_agent_mmd_llm_model_layer_llmlayer_command_specs_782af9fa,node_agent_mmd_memory_vector_layer_memorylayer_comman_111eb454,prompt_gate_command_spec_9a941482,node_agent_mmd_llm_model_layer_llmlayer_constants_con_c9bd3f6c,node_agent_mmd_memory_vector_layer_memorylayer_consta_702d3f46,node_agent_mmd_llm_model_layer_llmlayer_index_index_1_02e160ff,node_agent_mmd_memory_vector_layer_memorylayer_index__752bc61e,node_agent_mmd_llm_model_layer_llmlayer_indexer_index_4f4deef5,node_agent_mmd_memory_vector_layer_memorylayer_indexe_93e6d86f,node_agent_mmd_llm_model_layer_llmlayer_ollama_ollama_968b23fa,node_agent_mmd_memory_vector_layer_memorylayer_ollama_6d51be16,node_agent_mmd_llm_model_layer_llmlayer_sync_contract_9f3cc8c1,node_agent_mmd_memory_vector_layer_memorylayer_sync_c_e43418bc,north_star_validators_cfc926ce,hilt_boundary_9b36fb15,types_10_75e5a4a0,goal_completion_audit_receipt_validation_9d0f4891,goal_completion_audit_receipt_5e4939c3,index_5_522f772a,node_agent_mmd_tool_layer_toollayer_constants_constan_9d71b829,types_17_ed30531c,sensitive_text_7c11f760,pr_template_linked_issue_relationship_a7b61f2c,pr_template_validator_rules_20a32d6b,node_agent_mmd_orchestration_layer_orchestration_prom_d17b4de2,node_agent_mmd_llm_model_layer_llmlayer_prompt_contex_81f9066a,node_agent_mmd_tool_layer_toollayer_prompt_context_dr_a2772f2b,node_agent_mmd_memory_vector_layer_memorylayer_prompt_ae34fc43,node_agent_mmd_orchestration_layer_orchestration_prom_77088997,node_agent_mmd_llm_model_layer_llmlayer_prompt_contex_e5066b88,node_agent_mmd_tool_layer_toollayer_prompt_context_dr_bd82da46,node_agent_mmd_memory_vector_layer_memorylayer_prompt_efd77624,node_agent_mmd_llm_model_layer_llmlayer_prompt_contex_6426acc2,node_agent_mmd_memory_vector_layer_memorylayer_prompt_55c0d605,cli_args_9_9c136878,cli_10_35dc8cbd,sections_4697ef32,types_27_4d134744,validator_7_f836eb0e,cli_args_10_861cdd3f llmNode
+   class node_agent_mmd_orchestration_layer_orchestration_chec_7a9f0b64,node_agent_mmd_llm_model_layer_llmlayer_check_codex_a_29e7b7fa,node_agent_mmd_tool_layer_toollayer_check_codex_agent_4b361d5a,node_agent_mmd_orchestration_layer_orchestration_chec_7fd47f5c,node_agent_mmd_llm_model_layer_llmlayer_check_steerin_0e1bf90d,node_agent_mmd_tool_layer_toollayer_check_steering_fe_eafecf3a,node_agent_mmd_memory_vector_layer_memorylayer_check__64c86928,node_agent_mmd_orchestration_layer_orchestration_run__18817957,node_agent_mmd_llm_model_layer_llmlayer_run_harness_e_603fcfdc,node_agent_mmd_tool_layer_toollayer_run_harness_evals_e2ee24f1,validate_decision_request_2e5c325e,validate_goal_completion_audit_receipt_100d252c,node_agent_mmd_orchestration_layer_orchestration_vali_c01b04be,node_agent_mmd_llm_model_layer_llmlayer_validate_pack_2a12e1f4,node_agent_mmd_tool_layer_toollayer_validate_packaged_2855c827,node_agent_mmd_llm_model_layer_llmlayer_validate_prom_9880f764,node_agent_mmd_memory_vector_layer_memorylayer_valida_c52c4db8,validate_reviewer_coverage_251efee3,node_agent_mmd_llm_model_layer_llmlayer_validate_syst_5636156e,node_agent_mmd_memory_vector_layer_memorylayer_valida_db599a97,check_environment_core_2c16213f,node_agent_mmd_llm_model_layer_llmlayer_context_conte_ad2dfbd9,node_agent_mmd_memory_vector_layer_memorylayer_contex_78ceaaa9,node_agent_mmd_llm_model_layer_llmlayer_index_context_1041bd11,node_agent_mmd_memory_vector_layer_memorylayer_index__6f3402d0,prompt_gate_c5e9d207,node_agent_mmd_orchestration_layer_orchestration_reme_359fe98f,node_agent_mmd_llm_model_layer_llmlayer_remediate_run_9e3d4585,node_agent_mmd_tool_layer_toollayer_remediate_runner__c003b871,node_agent_mmd_llm_model_layer_llmlayer_search_search_66b9a911,node_agent_mmd_memory_vector_layer_memorylayer_search_ac35cb7e,node_agent_mmd_orchestration_layer_orchestration_cont_61b3b9c9,node_agent_mmd_llm_model_layer_llmlayer_context_healt_cfc0bfa8,node_agent_mmd_memory_vector_layer_memorylayer_contex_3204aa0e,node_agent_mmd_orchestration_layer_orchestration_comm_1f8cc24c,node_agent_mmd_llm_model_layer_llmlayer_command_specs_782af9fa,node_agent_mmd_memory_vector_layer_memorylayer_comman_111eb454,prompt_gate_command_spec_9a941482,node_agent_mmd_llm_model_layer_llmlayer_constants_con_c9bd3f6c,node_agent_mmd_memory_vector_layer_memorylayer_consta_702d3f46,node_agent_mmd_llm_model_layer_llmlayer_index_index_1_02e160ff,node_agent_mmd_memory_vector_layer_memorylayer_index__752bc61e,node_agent_mmd_llm_model_layer_llmlayer_indexer_index_4f4deef5,node_agent_mmd_memory_vector_layer_memorylayer_indexe_93e6d86f,node_agent_mmd_llm_model_layer_llmlayer_ollama_ollama_968b23fa,node_agent_mmd_memory_vector_layer_memorylayer_ollama_6d51be16,node_agent_mmd_llm_model_layer_llmlayer_sync_contract_9f3cc8c1,node_agent_mmd_memory_vector_layer_memorylayer_sync_c_e43418bc,north_star_validators_cfc926ce,hilt_boundary_9b36fb15,types_10_75e5a4a0,goal_completion_audit_receipt_validation_9d0f4891,goal_completion_audit_receipt_5e4939c3,index_5_522f772a,node_agent_mmd_tool_layer_toollayer_constants_constan_9d71b829,types_17_ed30531c,sensitive_text_7c11f760,pr_template_linked_issue_relationship_a7b61f2c,pr_template_validator_rules_20a32d6b,node_agent_mmd_orchestration_layer_orchestration_prom_d17b4de2,node_agent_mmd_llm_model_layer_llmlayer_prompt_contex_81f9066a,node_agent_mmd_tool_layer_toollayer_prompt_context_dr_a2772f2b,node_agent_mmd_memory_vector_layer_memorylayer_prompt_ae34fc43,node_agent_mmd_orchestration_layer_orchestration_prom_77088997,node_agent_mmd_llm_model_layer_llmlayer_prompt_contex_e5066b88,node_agent_mmd_tool_layer_toollayer_prompt_context_dr_bd82da46,node_agent_mmd_memory_vector_layer_memorylayer_prompt_efd77624,node_agent_mmd_llm_model_layer_llmlayer_prompt_contex_6426acc2,node_agent_mmd_memory_vector_layer_memorylayer_prompt_55c0d605,cli_args_9_9c136878,cli_10_35dc8cbd,sections_4697ef32,types_27_4d134744,validator_7_f836eb0e,cli_args_10_861cdd3f llmNode
  classDef toolNode fill:#555,color:#fff
  class node_agent_mmd_orchestration_layer_orchestration_chec_7a9f0b64,node_agent_mmd_llm_model_layer_llmlayer_check_codex_a_29e7b7fa,node_agent_mmd_tool_layer_toollayer_check_codex_agent_4b361d5a,node_agent_mmd_orchestration_layer_orchestration_chec_7fd47f5c,node_agent_mmd_llm_model_layer_llmlayer_check_steerin_0e1bf90d,node_agent_mmd_tool_layer_toollayer_check_steering_fe_eafecf3a,node_agent_mmd_memory_vector_layer_memorylayer_check__64c86928,node_agent_mmd_orchestration_layer_orchestration_run__18817957,node_agent_mmd_llm_model_layer_llmlayer_run_harness_e_603fcfdc,node_agent_mmd_tool_layer_toollayer_run_harness_evals_e2ee24f1,validate_action_review_receipt_fa2f06c3,node_agent_mmd_orchestration_layer_orchestration_vali_c01b04be,node_agent_mmd_llm_model_layer_llmlayer_validate_pack_2a12e1f4,node_agent_mmd_tool_layer_toollayer_validate_packaged_2855c827,validate_replay_packet_f309747e,node_agent_mmd_tool_layer_toollayer_ci_migrate_core_c_049f8460,node_agent_mmd_memory_vector_layer_memorylayer_ci_mig_0cd5b1a4,doctor_checks_5a2eb2b9,doctor_github_tool_checks_a53b0382,doctor_tool_checks_4acac51a,next_blocked_decisions_4140ad2b,policy_gate_213f7313,remediate_cli_output_cc165396,node_agent_mmd_orchestration_layer_orchestration_reme_359fe98f,node_agent_mmd_llm_model_layer_llmlayer_remediate_run_9e3d4585,node_agent_mmd_tool_layer_toollayer_remediate_runner__c003b871,node_agent_mmd_tool_layer_toollayer_review_gate_core__7704598b,node_agent_mmd_memory_vector_layer_memorylayer_review_5bee9816,index_1bc04b52,types_1_4ecdf56e,validation_constants_e002a0f6,validation_98c41dcd,node_agent_mmd_orchestration_layer_orchestration_chec_0550c395,node_agent_mmd_tool_layer_toollayer_checker_checker_2_453d593b,node_agent_mmd_memory_vector_layer_memorylayer_checke_a583eb4f,cli_args_1_6144b055,node_agent_mmd_orchestration_layer_orchestration_comm_6e41a7f7,node_agent_mmd_tool_layer_toollayer_command_capabilit_7fe13db1,node_agent_mmd_tool_layer_toollayer_command_capabilit_e97a4615,node_agent_mmd_memory_vector_layer_memorylayer_comman_c72a5d05,linear_command_actions_e430f4f4,node_agent_mmd_orchestration_layer_orchestration_line_b67affd5,node_agent_mmd_tool_layer_toollayer_linear_command_ru_d6763748,node_agent_mmd_orchestration_layer_orchestration_poli_3270b55d,node_agent_mmd_tool_layer_toollayer_policy_validators_af136abf,node_agent_mmd_memory_vector_layer_memorylayer_policy_1944de42,node_agent_mmd_orchestration_layer_orchestration_type_7cf81261,node_agent_mmd_tool_layer_toollayer_types_core_types__6c8319b6,node_agent_mmd_memory_vector_layer_memorylayer_types__83f369fa,node_agent_mmd_orchestration_layer_orchestration_vali_d9fe99e6,node_agent_mmd_tool_layer_toollayer_validator_core_va_6ef6131f,node_agent_mmd_memory_vector_layer_memorylayer_valida_41034356,validator_helpers_7b927667,node_agent_mmd_orchestration_layer_orchestration_he_p_fc778c24,node_agent_mmd_tool_layer_toollayer_he_phase_exit_cor_af016160,ralph_runtime_73d63c0e,observed_skill_usage_ed7d5930,closure_evidence_aaa31467,pr_creator_dc6b1ea4,client_948fe603,init_output_360dce91,scaffold_ci_templates_2afd6392,scaffold_codex_environment_templates_334fbbed,scaffold_config_templates_4b80ce53,node_agent_mmd_orchestration_layer_orchestration_scaf_c9a90c2f,node_agent_mmd_tool_layer_toollayer_scaffold_environm_c1afc013,node_agent_mmd_memory_vector_layer_memorylayer_scaffo_12b42341,scaffold_github_actions_pr_pipeline_renderer_1ee18de5,scaffold_github_actions_pr_pipeline_template_e2b85f62,scaffold_release_private_npm_template_075499f8,node_agent_mmd_llm_model_layer_llmlayer_constants_con_c9bd3f6c,node_agent_mmd_tool_layer_toollayer_constants_constan_9d71b829,index_9_32dd4d91,validation_common_6161e48b,node_agent_mmd_tool_layer_toollayer_cli_cli_2_1_32d9eeaf,node_agent_mmd_memory_vector_layer_memorylayer_cli_cl_1f1f89ab,node_agent_mmd_tool_layer_toollayer_metrics_tracker_m_4c9237d8,node_agent_mmd_memory_vector_layer_memorylayer_metric_12562178,normalise_renderer_85f2e563,evaluation_engine_core_e054fe49,node_agent_mmd_orchestration_layer_orchestration_tool_cc43149f,node_agent_mmd_tool_layer_toollayer_tooling_baseline__61e66e9f,node_agent_mmd_memory_vector_layer_memorylayer_toolin_14f86b00,node_agent_mmd_orchestration_layer_orchestration_prom_d17b4de2,node_agent_mmd_llm_model_layer_llmlayer_prompt_contex_81f9066a,node_agent_mmd_tool_layer_toollayer_prompt_context_dr_a2772f2b,node_agent_mmd_memory_vector_layer_memorylayer_prompt_ae34fc43,node_agent_mmd_orchestration_layer_orchestration_prom_77088997,node_agent_mmd_llm_model_layer_llmlayer_prompt_contex_e5066b88,node_agent_mmd_tool_layer_toollayer_prompt_context_dr_bd82da46,node_agent_mmd_memory_vector_layer_memorylayer_prompt_efd77624,replay_packet_a1293f88,index_14_d982116c,review_lifecycle_contract_e5447221,review_lifecycle_89afa64c,node_agent_mmd_tool_layer_toollayer_runtime_card_code_3636ceac,node_agent_mmd_memory_vector_layer_memorylayer_runtim_a5d23e7f,runtime_card_codex_runtime_0655e230,runtime_evidence_bundle_d471a232,types_36_674380ec,index_17_642943a2,projection_1b250ea1,types_38_e8efcd57,validation_7_c4e6d8b6 toolNode
  classDef memNode fill:#555,color:#fff
-   class node_agent_mmd_orchestration_layer_orchestration_chec_7fd47f5c,node_agent_mmd_llm_model_layer_llmlayer_check_steerin_0e1bf90d,node_agent_mmd_tool_layer_toollayer_check_steering_fe_eafecf3a,node_agent_mmd_memory_vector_layer_memorylayer_check__64c86928,normalize_workflow_contracts_8701f1c8,sync_codex_preflight_7e7a8dc2,test_harness_upgrade_matrix_84113c4e,node_agent_mmd_llm_model_layer_llmlayer_validate_prom_9880f764,node_agent_mmd_memory_vector_layer_memorylayer_valida_c52c4db8,validate_runtime_packet_schemas_bc3ba8ec,validate_workflow_contracts_33dc063c,branch_protect_core_a8feb0fd,node_agent_mmd_tool_layer_toollayer_ci_migrate_core_c_049f8460,node_agent_mmd_memory_vector_layer_memorylayer_ci_mig_0cd5b1a4,context_health_80bb7da9,node_agent_mmd_llm_model_layer_llmlayer_context_conte_ad2dfbd9,node_agent_mmd_memory_vector_layer_memorylayer_contex_78ceaaa9,docs_gate_core_eb9b6c18,node_agent_mmd_llm_model_layer_llmlayer_index_context_1041bd11,node_agent_mmd_memory_vector_layer_memorylayer_index__6f3402d0,local_memory_preflight_dcc36c42,memory_gate_a577a506,pattern_scope_siblings_43abe000,review_context_ca6cf81d,node_agent_mmd_tool_layer_toollayer_review_gate_core__7704598b,node_agent_mmd_memory_vector_layer_memorylayer_review_5bee9816,node_agent_mmd_llm_model_layer_llmlayer_search_search_66b9a911,node_agent_mmd_memory_vector_layer_memorylayer_search_ac35cb7e,session_context_e5ec72c0,node_agent_mmd_orchestration_layer_orchestration_tool_acfe0c01,node_agent_mmd_memory_vector_layer_memorylayer_toolin_a1185b8f,run_local_memory_preflight_36e92808,node_agent_mmd_orchestration_layer_orchestration_chec_0550c395,node_agent_mmd_tool_layer_toollayer_checker_checker_2_453d593b,node_agent_mmd_memory_vector_layer_memorylayer_checke_a583eb4f,node_agent_mmd_orchestration_layer_orchestration_cont_61b3b9c9,node_agent_mmd_llm_model_layer_llmlayer_context_healt_cfc0bfa8,node_agent_mmd_memory_vector_layer_memorylayer_contex_3204aa0e,node_agent_mmd_orchestration_layer_orchestration_type_4f906dcc,node_agent_mmd_memory_vector_layer_memorylayer_types__9ad640a0,branch_protect_sync_570adb18,node_agent_mmd_tool_layer_toollayer_command_capabilit_e97a4615,node_agent_mmd_memory_vector_layer_memorylayer_comman_c72a5d05,node_agent_mmd_orchestration_layer_orchestration_comm_1f8cc24c,node_agent_mmd_llm_model_layer_llmlayer_command_specs_782af9fa,node_agent_mmd_memory_vector_layer_memorylayer_comman_111eb454,local_memory_preflight_command_spec_9e23f3ce,memory_gate_command_spec_dc9001a9,review_gate_command_spec_3187376a,session_context_command_spec_973afbb1,node_agent_mmd_llm_model_layer_llmlayer_constants_con_c9bd3f6c,node_agent_mmd_memory_vector_layer_memorylayer_consta_702d3f46,context_compact_policy_3dcaf95d,node_agent_mmd_llm_model_layer_llmlayer_index_index_1_02e160ff,node_agent_mmd_memory_vector_layer_memorylayer_index__752bc61e,node_agent_mmd_llm_model_layer_llmlayer_indexer_index_4f4deef5,node_agent_mmd_memory_vector_layer_memorylayer_indexe_93e6d86f,init_error_5c7dd49f,lexical_fallback_723e2b3e,node_agent_mmd_llm_model_layer_llmlayer_ollama_ollama_968b23fa,node_agent_mmd_memory_vector_layer_memorylayer_ollama_6d51be16,rollout_a4fa034c,sources_878a52fc,store_824d80d7,node_agent_mmd_llm_model_layer_llmlayer_sync_contract_9f3cc8c1,node_agent_mmd_memory_vector_layer_memorylayer_sync_c_e43418bc,types_8_f6283648,harness_run_context_ac7c77a9,index_4_013aa0e3,json_schema_core_96d7e328,node_agent_mmd_orchestration_layer_orchestration_poli_3270b55d,node_agent_mmd_tool_layer_toollayer_policy_validators_af136abf,node_agent_mmd_memory_vector_layer_memorylayer_policy_1944de42,node_agent_mmd_orchestration_layer_orchestration_type_7cf81261,node_agent_mmd_tool_layer_toollayer_types_core_types__6c8319b6,node_agent_mmd_memory_vector_layer_memorylayer_types__83f369fa,node_agent_mmd_orchestration_layer_orchestration_vali_d9fe99e6,node_agent_mmd_tool_layer_toollayer_validator_core_va_6ef6131f,node_agent_mmd_memory_vector_layer_memorylayer_valida_41034356,node_agent_mmd_orchestration_layer_orchestration_init_2a9c3ecb,node_agent_mmd_memory_vector_layer_memorylayer_init_m_333d02c5,node_agent_mmd_orchestration_layer_orchestration_proj_6ab6f60f,node_agent_mmd_memory_vector_layer_memorylayer_projec_3ae304d9,scaffold_diagram_templates_dd88e83c,node_agent_mmd_orchestration_layer_orchestration_scaf_12cc07db,node_agent_mmd_memory_vector_layer_memorylayer_scaffo_5fd73b94,node_agent_mmd_orchestration_layer_orchestration_scaf_c9a90c2f,node_agent_mmd_tool_layer_toollayer_scaffold_environm_c1afc013,node_agent_mmd_memory_vector_layer_memorylayer_scaffo_12b42341,scaffold_root_command_templates_404fed7f,scaffold_script_template_registry_69312d4e,scaffold_shell_templates_0ad0f915,scaffold_surfaces_12d6494e,node_agent_mmd_orchestration_layer_orchestration_scaf_ff8f92f6,node_agent_mmd_memory_vector_layer_memorylayer_scaffo_a86eece1,scaffold_workflow_template_92310587,eval_seed_5699fd3e,index_10_f6785a46,review_context_1_e3afed15,memory_gate_1_265164ac,branch_enforcer_acb749cd,cli_args_5_09ea29f0,node_agent_mmd_tool_layer_toollayer_cli_cli_2_1_32d9eeaf,node_agent_mmd_memory_vector_layer_memorylayer_cli_cl_1f1f89ab,node_agent_mmd_tool_layer_toollayer_metrics_tracker_m_4c9237d8,node_agent_mmd_memory_vector_layer_memorylayer_metric_12562178,types_19_eb4ad5f0,validator_5_b19ac2be,node_agent_mmd_orchestration_layer_orchestration_clas_899b821a,node_agent_mmd_memory_vector_layer_memorylayer_classi_1ebbf5ff,node_agent_mmd_orchestration_layer_orchestration_tool_cc43149f,node_agent_mmd_tool_layer_toollayer_tooling_baseline__61e66e9f,node_agent_mmd_memory_vector_layer_memorylayer_toolin_14f86b00,claim_helpers_20dc8387,types_24_c63dc1a7,local_memory_smoke_1175abfc,local_memory_0db17ecc,performance_overload_c685bfcf,node_agent_mmd_orchestration_layer_orchestration_sugg_85c5ebe3,node_agent_mmd_memory_vector_layer_memorylayer_sugges_267f408d,node_agent_mmd_orchestration_layer_orchestration_prom_d17b4de2,node_agent_mmd_llm_model_layer_llmlayer_prompt_contex_81f9066a,node_agent_mmd_tool_layer_toollayer_prompt_context_dr_a2772f2b,node_agent_mmd_memory_vector_layer_memorylayer_prompt_ae34fc43,node_agent_mmd_orchestration_layer_orchestration_prom_77088997,node_agent_mmd_llm_model_layer_llmlayer_prompt_contex_e5066b88,node_agent_mmd_tool_layer_toollayer_prompt_context_dr_bd82da46,node_agent_mmd_memory_vector_layer_memorylayer_prompt_efd77624,node_agent_mmd_llm_model_layer_llmlayer_prompt_contex_6426acc2,node_agent_mmd_memory_vector_layer_memorylayer_prompt_55c0d605,types_31_eb363e20,policy_1_fc4198db,node_agent_mmd_tool_layer_toollayer_runtime_card_code_3636ceac,node_agent_mmd_memory_vector_layer_memorylayer_runtim_a5d23e7f,cli_11_338a8415,collector_0736fd5b,types_34_85e6a0bb,overload_guard_2748c559 memNode
+   class node_agent_mmd_orchestration_layer_orchestration_chec_7fd47f5c,node_agent_mmd_llm_model_layer_llmlayer_check_steerin_0e1bf90d,node_agent_mmd_tool_layer_toollayer_check_steering_fe_eafecf3a,node_agent_mmd_memory_vector_layer_memorylayer_check__64c86928,normalize_workflow_contracts_8701f1c8,sync_codex_preflight_7e7a8dc2,test_harness_upgrade_matrix_84113c4e,node_agent_mmd_llm_model_layer_llmlayer_validate_prom_9880f764,node_agent_mmd_memory_vector_layer_memorylayer_valida_c52c4db8,validate_runtime_packet_schemas_bc3ba8ec,node_agent_mmd_llm_model_layer_llmlayer_validate_syst_5636156e,node_agent_mmd_memory_vector_layer_memorylayer_valida_db599a97,validate_workflow_contracts_33dc063c,branch_protect_core_a8feb0fd,node_agent_mmd_tool_layer_toollayer_ci_migrate_core_c_049f8460,node_agent_mmd_memory_vector_layer_memorylayer_ci_mig_0cd5b1a4,context_health_80bb7da9,node_agent_mmd_llm_model_layer_llmlayer_context_conte_ad2dfbd9,node_agent_mmd_memory_vector_layer_memorylayer_contex_78ceaaa9,docs_gate_core_eb9b6c18,node_agent_mmd_llm_model_layer_llmlayer_index_context_1041bd11,node_agent_mmd_memory_vector_layer_memorylayer_index__6f3402d0,local_memory_preflight_dcc36c42,memory_gate_a577a506,pattern_scope_siblings_43abe000,review_context_ca6cf81d,node_agent_mmd_tool_layer_toollayer_review_gate_core__7704598b,node_agent_mmd_memory_vector_layer_memorylayer_review_5bee9816,node_agent_mmd_llm_model_layer_llmlayer_search_search_66b9a911,node_agent_mmd_memory_vector_layer_memorylayer_search_ac35cb7e,session_context_e5ec72c0,node_agent_mmd_orchestration_layer_orchestration_tool_acfe0c01,node_agent_mmd_memory_vector_layer_memorylayer_toolin_a1185b8f,run_local_memory_preflight_36e92808,node_agent_mmd_orchestration_layer_orchestration_chec_0550c395,node_agent_mmd_tool_layer_toollayer_checker_checker_2_453d593b,node_agent_mmd_memory_vector_layer_memorylayer_checke_a583eb4f,node_agent_mmd_orchestration_layer_orchestration_cont_61b3b9c9,node_agent_mmd_llm_model_layer_llmlayer_context_healt_cfc0bfa8,node_agent_mmd_memory_vector_layer_memorylayer_contex_3204aa0e,node_agent_mmd_orchestration_layer_orchestration_type_4f906dcc,node_agent_mmd_memory_vector_layer_memorylayer_types__9ad640a0,branch_protect_sync_570adb18,node_agent_mmd_tool_layer_toollayer_command_capabilit_e97a4615,node_agent_mmd_memory_vector_layer_memorylayer_comman_c72a5d05,node_agent_mmd_orchestration_layer_orchestration_comm_1f8cc24c,node_agent_mmd_llm_model_layer_llmlayer_command_specs_782af9fa,node_agent_mmd_memory_vector_layer_memorylayer_comman_111eb454,local_memory_preflight_command_spec_9e23f3ce,memory_gate_command_spec_dc9001a9,review_gate_command_spec_3187376a,session_context_command_spec_973afbb1,node_agent_mmd_llm_model_layer_llmlayer_constants_con_c9bd3f6c,node_agent_mmd_memory_vector_layer_memorylayer_consta_702d3f46,context_compact_policy_3dcaf95d,node_agent_mmd_llm_model_layer_llmlayer_index_index_1_02e160ff,node_agent_mmd_memory_vector_layer_memorylayer_index__752bc61e,node_agent_mmd_llm_model_layer_llmlayer_indexer_index_4f4deef5,node_agent_mmd_memory_vector_layer_memorylayer_indexe_93e6d86f,init_error_5c7dd49f,lexical_fallback_723e2b3e,node_agent_mmd_llm_model_layer_llmlayer_ollama_ollama_968b23fa,node_agent_mmd_memory_vector_layer_memorylayer_ollama_6d51be16,rollout_a4fa034c,sources_878a52fc,store_824d80d7,node_agent_mmd_llm_model_layer_llmlayer_sync_contract_9f3cc8c1,node_agent_mmd_memory_vector_layer_memorylayer_sync_c_e43418bc,types_8_f6283648,harness_run_context_ac7c77a9,index_4_013aa0e3,json_schema_core_96d7e328,node_agent_mmd_orchestration_layer_orchestration_poli_3270b55d,node_agent_mmd_tool_layer_toollayer_policy_validators_af136abf,node_agent_mmd_memory_vector_layer_memorylayer_policy_1944de42,node_agent_mmd_orchestration_layer_orchestration_type_7cf81261,node_agent_mmd_tool_layer_toollayer_types_core_types__6c8319b6,node_agent_mmd_memory_vector_layer_memorylayer_types__83f369fa,node_agent_mmd_orchestration_layer_orchestration_vali_d9fe99e6,node_agent_mmd_tool_layer_toollayer_validator_core_va_6ef6131f,node_agent_mmd_memory_vector_layer_memorylayer_valida_41034356,node_agent_mmd_orchestration_layer_orchestration_init_2a9c3ecb,node_agent_mmd_memory_vector_layer_memorylayer_init_m_333d02c5,node_agent_mmd_orchestration_layer_orchestration_proj_6ab6f60f,node_agent_mmd_memory_vector_layer_memorylayer_projec_3ae304d9,scaffold_diagram_templates_dd88e83c,node_agent_mmd_orchestration_layer_orchestration_scaf_12cc07db,node_agent_mmd_memory_vector_layer_memorylayer_scaffo_5fd73b94,node_agent_mmd_orchestration_layer_orchestration_scaf_c9a90c2f,node_agent_mmd_tool_layer_toollayer_scaffold_environm_c1afc013,node_agent_mmd_memory_vector_layer_memorylayer_scaffo_12b42341,scaffold_root_command_templates_404fed7f,scaffold_script_template_registry_69312d4e,scaffold_shell_templates_0ad0f915,scaffold_surfaces_12d6494e,node_agent_mmd_orchestration_layer_orchestration_scaf_ff8f92f6,node_agent_mmd_memory_vector_layer_memorylayer_scaffo_a86eece1,scaffold_workflow_template_92310587,eval_seed_5699fd3e,index_10_f6785a46,review_context_1_e3afed15,memory_gate_1_265164ac,branch_enforcer_acb749cd,cli_args_5_09ea29f0,node_agent_mmd_tool_layer_toollayer_cli_cli_2_1_32d9eeaf,node_agent_mmd_memory_vector_layer_memorylayer_cli_cl_1f1f89ab,node_agent_mmd_tool_layer_toollayer_metrics_tracker_m_4c9237d8,node_agent_mmd_memory_vector_layer_memorylayer_metric_12562178,types_19_eb4ad5f0,validator_5_b19ac2be,node_agent_mmd_orchestration_layer_orchestration_clas_899b821a,node_agent_mmd_memory_vector_layer_memorylayer_classi_1ebbf5ff,node_agent_mmd_orchestration_layer_orchestration_tool_cc43149f,node_agent_mmd_tool_layer_toollayer_tooling_baseline__61e66e9f,node_agent_mmd_memory_vector_layer_memorylayer_toolin_14f86b00,claim_helpers_20dc8387,types_24_c63dc1a7,local_memory_smoke_1175abfc,local_memory_0db17ecc,performance_overload_c685bfcf,node_agent_mmd_orchestration_layer_orchestration_sugg_85c5ebe3,node_agent_mmd_memory_vector_layer_memorylayer_sugges_267f408d,node_agent_mmd_orchestration_layer_orchestration_prom_d17b4de2,node_agent_mmd_llm_model_layer_llmlayer_prompt_contex_81f9066a,node_agent_mmd_tool_layer_toollayer_prompt_context_dr_a2772f2b,node_agent_mmd_memory_vector_layer_memorylayer_prompt_ae34fc43,node_agent_mmd_orchestration_layer_orchestration_prom_77088997,node_agent_mmd_llm_model_layer_llmlayer_prompt_contex_e5066b88,node_agent_mmd_tool_layer_toollayer_prompt_context_dr_bd82da46,node_agent_mmd_memory_vector_layer_memorylayer_prompt_efd77624,node_agent_mmd_llm_model_layer_llmlayer_prompt_contex_6426acc2,node_agent_mmd_memory_vector_layer_memorylayer_prompt_55c0d605,types_31_eb363e20,policy_1_fc4198db,node_agent_mmd_tool_layer_toollayer_runtime_card_code_3636ceac,node_agent_mmd_memory_vector_layer_memorylayer_runtim_a5d23e7f,cli_11_338a8415,collector_0736fd5b,types_34_85e6a0bb,overload_guard_2748c559 memNode
